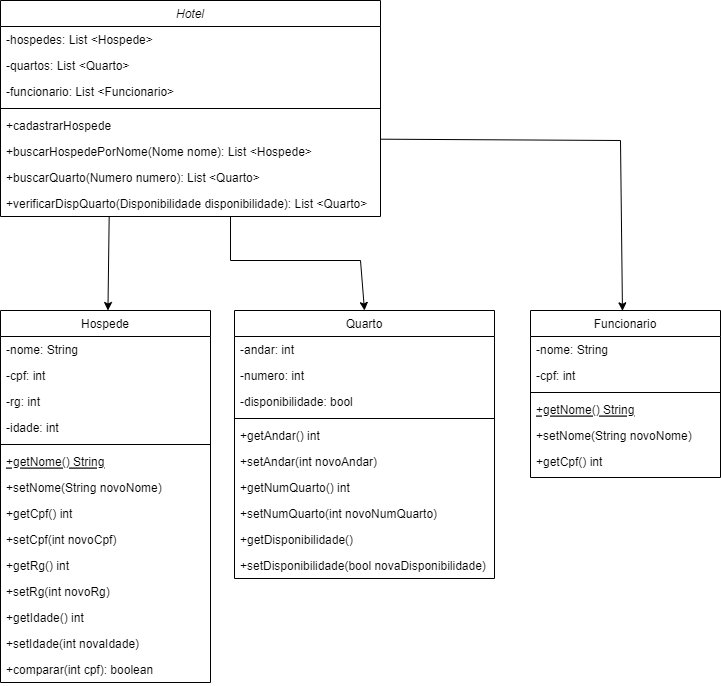
Above: Engenharia de Software/Diagrama de Classes UML.drawio.png in MurilowJr/bertoti (draw.io), before the change. Source tidied: cells renumbered, new cells last; positions are measured from the earlier drawing's top-left corner, leaving out a move shared by most shapes.
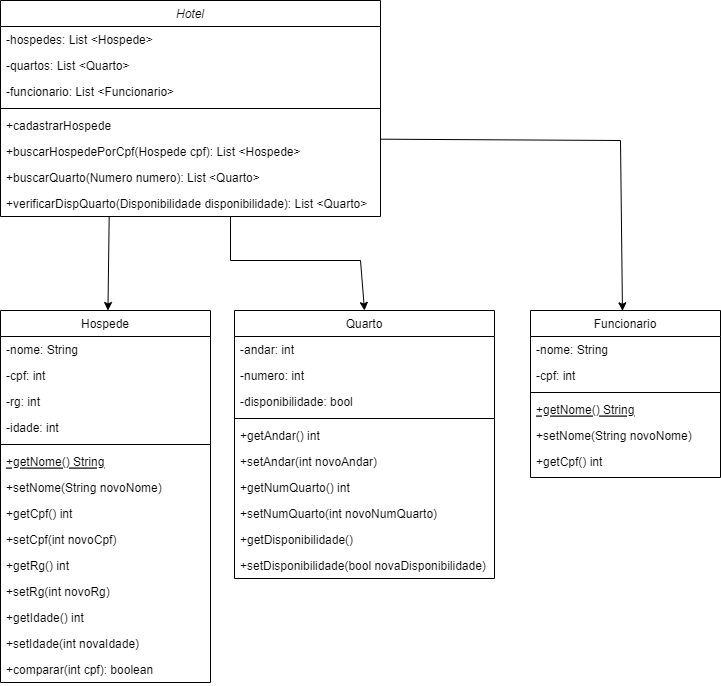
Later version of the same file.

Change to the diagram source:
```diff
@@ -20,7 +20,7 @@
     <mxCell id="7" value="+cadastrarHospede" style="text;align=left;verticalAlign=top;spacingLeft=4;spacingRight=4;overflow=hidden;points=[[0,0.5],[1,0.5]];portConstraint=eastwest;" parent="2" vertex="1">
       <mxGeometry y="112" width="380" height="26" as="geometry" />
     </mxCell>
-    <mxCell id="8" value="+buscarHospedePorNome(Nome nome): List &lt;Hospede&gt; " style="text;align=left;verticalAlign=top;spacingLeft=4;spacingRight=4;overflow=hidden;" parent="2" vertex="1">
+    <mxCell id="8" value="+buscarHospedePorCpf(Hospede cpf): List &lt;Hospede&gt; " style="text;align=left;verticalAlign=top;spacingLeft=4;spacingRight=4;overflow=hidden;" parent="2" vertex="1">
       <mxGeometry y="138" width="380" height="26" as="geometry" />
     </mxCell>
     <mxCell id="9" value="+buscarQuarto(Numero numero): List &lt;Quarto&gt; " style="text;align=left;verticalAlign=top;spacingLeft=4;spacingRight=4;overflow=hidden;" parent="2" vertex="1">
```
